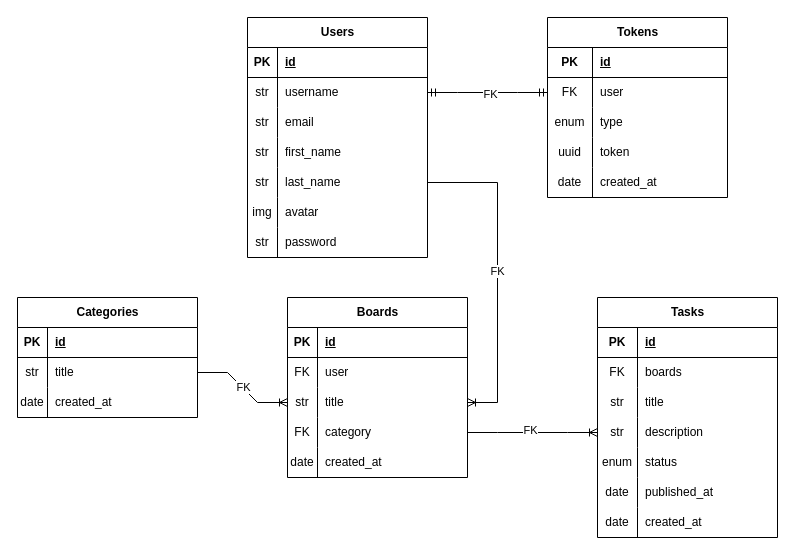
Earlier version of the draw.io diagram Database_Design.drawio (Esmat434/Task_Management). Source tidied: cells renumbered, new cells numbered last; positions are measured from the earlier drawing's top-left corner, leaving out a move shared by most shapes. Both pictures are drawn from the tidied source at 100%, with x=0, y=0 at pixel (17, 17).
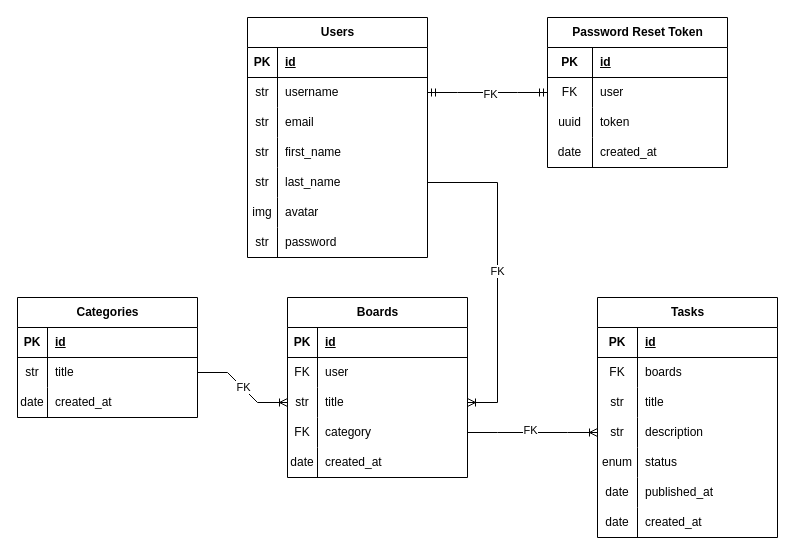
Above is the later version.

Commit message:
fix Databse_Design

Change to the diagram source:
```diff
@@
-    <mxCell id="24" value="Tokens" style="shape=table;startSize=30;childLayout=tableLayout;rowLines=0;fontStyle=1;align=center;html=1;" parent="1" vertex="1">
-      <mxGeometry x="530" width="180" height="180" as="geometry" />
+    <mxCell id="24" value="Password Reset Token" style="shape=table;startSize=30;childLayout=tableLayout;rowLines=0;fontStyle=1;align=center;html=1;" parent="1" vertex="1">
+      <mxGeometry x="530" width="180" height="150" as="geometry" />
     </mxCell>
@@
-    <mxCell id="31" style="shape=tableRow;horizontal=0;startSize=0;swimlaneHead=0;swimlaneBody=0;fillColor=none;top=0;left=0;right=0;bottom=0;" parent="24" vertex="1">
-      <mxGeometry y="90" width="180" height="30" as="geometry" />
-    </mxCell>
-    <mxCell id="32" value="enum" style="shape=partialRectangle;fillColor=none;top=0;left=0;bottom=0;right=0;overflow=hidden;whiteSpace=wrap;html=1;" parent="31" vertex="1">
-      <mxGeometry width="45" height="30" as="geometry" />
-    </mxCell>
-    <mxCell id="33" value="type" style="shape=partialRectangle;fillColor=none;top=0;left=0;bottom=0;right=0;align=left;spacingLeft=6;overflow=hidden;whiteSpace=wrap;html=1;" parent="31" vertex="1">
-      <mxGeometry x="45" width="135" height="30" as="geometry" />
-    </mxCell>
     <mxCell id="34" style="shape=tableRow;horizontal=0;startSize=0;swimlaneHead=0;swimlaneBody=0;fillColor=none;top=0;left=0;right=0;bottom=0;" parent="24" vertex="1">
-      <mxGeometry y="120" width="180" height="30" as="geometry" />
+      <mxGeometry y="90" width="180" height="30" as="geometry" />
     </mxCell>
@@
     <mxCell id="37" style="shape=tableRow;horizontal=0;startSize=0;swimlaneHead=0;swimlaneBody=0;fillColor=none;top=0;left=0;right=0;bottom=0;" parent="24" vertex="1">
-      <mxGeometry y="150" width="180" height="30" as="geometry" />
+      <mxGeometry y="120" width="180" height="30" as="geometry" />
     </mxCell>
```
